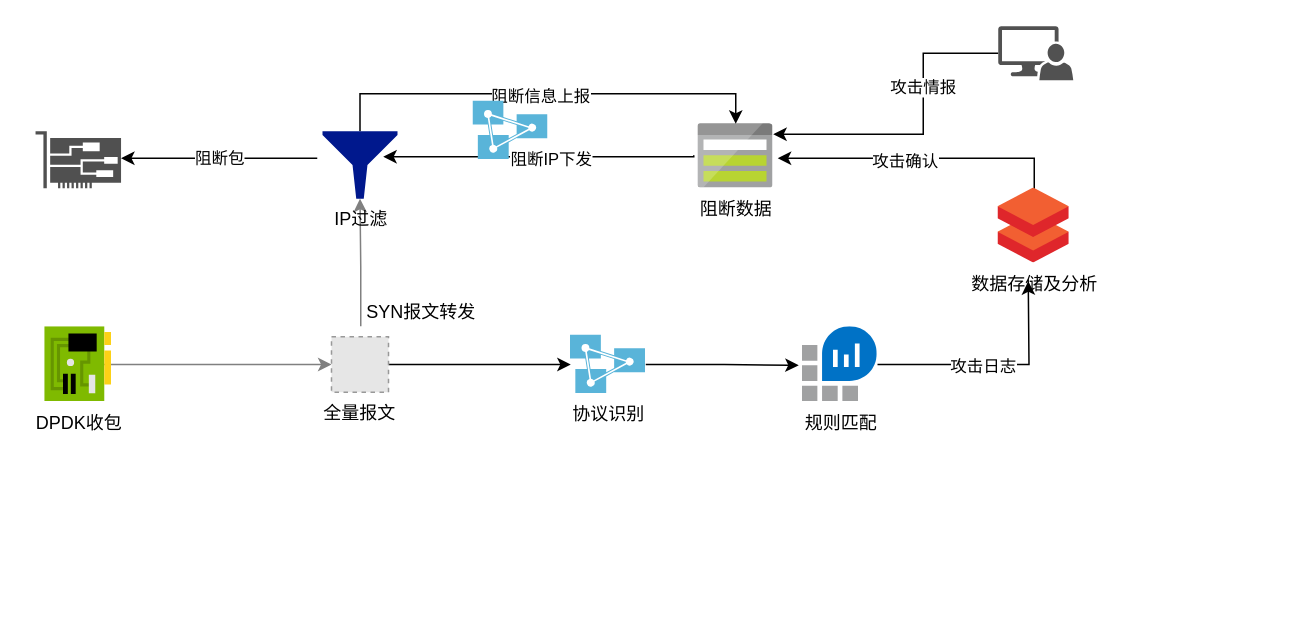
Earlier version of the draw.io diagram 边界拦截.drawio (pengyang0106/Tools). Source tidied: cells renumbered, new cells numbered last; positions are measured from the earlier drawing's top-left corner, leaving out a move shared by most shapes. Both pictures are drawn from the tidied source at 150%, with x=0, y=0 at pixel (34, 26). Pictures stored in the file or linked from it are replaced by grey dashed boxes.
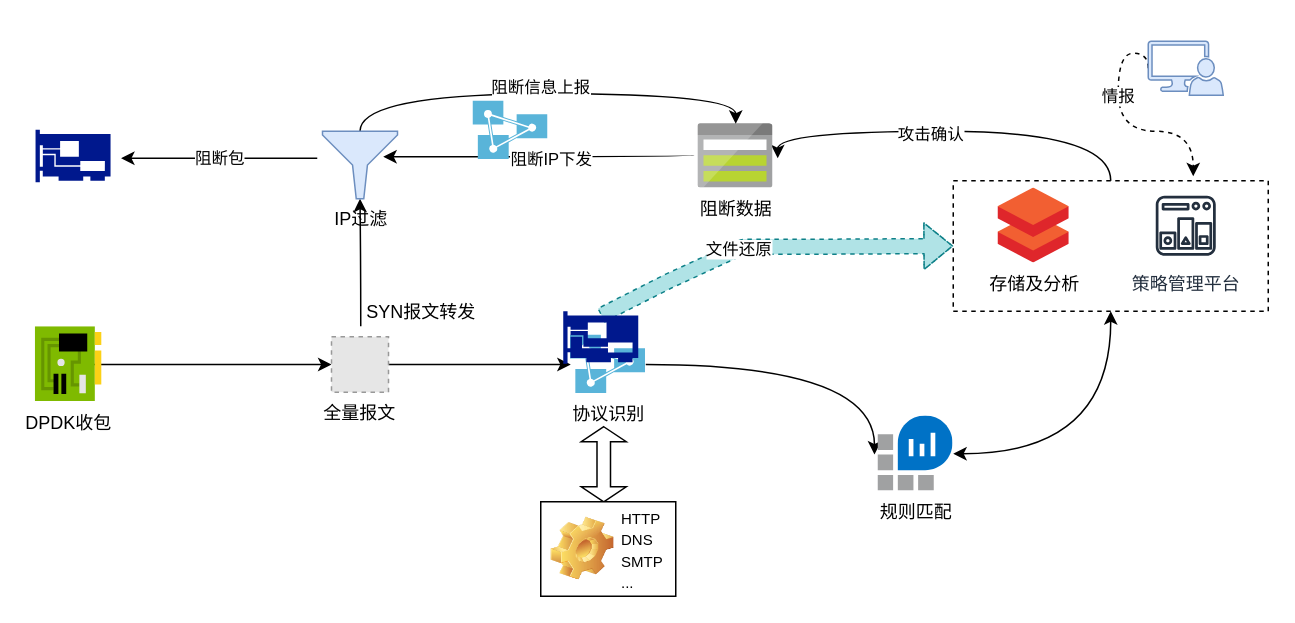
After the change.

The change refers to these unchanged cells:
```xml
<mxCell id="12" value="阻断数据" style="html=1;perimeter=none;align=center;shadow=0;dashed=0;image;fontSize=12;image=img/lib/mscae/Storage.svg;" parent="1" vertex="1">
  <mxGeometry x="442" y="65" width="50" height="43" as="geometry" />
</mxCell>
<mxCell id="21" value="协议识别" style="html=1;points=[];align=center;image;fontSize=12;image=img/lib/mscae/Analysis_Services.svg;" parent="1" vertex="1">
  <mxGeometry x="357" y="206" width="50" height="39" as="geometry" />
</mxCell>
```

What changed in the source:
```diff
@@
+    <mxCell id="29" style="rounded=0;whiteSpace=wrap;html=1;sketch=0;gradientColor=none;dashed=1;" parent="1" vertex="1">
+      <mxGeometry x="612" y="103" width="210" height="87" as="geometry" />
+    </mxCell>
-    <mxCell id="2" style="edgeStyle=orthogonalEdgeStyle;rounded=0;jettySize=auto;html=1;strokeColor=#808080;" parent="1" edge="1" source="3" target="9">
+    <mxCell id="2" style="edgeStyle=orthogonalEdgeStyle;jettySize=auto;html=1;curved=1;" parent="1" edge="1" source="3" target="9">
       <mxGeometry relative="1" as="geometry" />
     </mxCell>
-    <mxCell id="3" value="DPDK收包" style="html=1;perimeter=none;align=center;shadow=0;dashed=0;image;fontSize=12;image=img/lib/mscae/NetworkInterfaceCard.svg;" parent="1" vertex="1">
-      <mxGeometry x="6.5" y="200.5" width="44.5" height="50" as="geometry" />
+    <mxCell id="3" value="DPDK收包" style="html=1;perimeter=none;align=center;shadow=0;dashed=0;image;fontSize=12;image=img/lib/mscae/NetworkInterfaceCard.svg;labelBackgroundColor=none;" parent="1" vertex="1">
+      <mxGeometry x="0.2" y="200.5" width="44.5" height="50" as="geometry" />
     </mxCell>
-    <mxCell id="4" style="edgeStyle=orthogonalEdgeStyle;rounded=0;jettySize=auto;html=1;entryX=1.06;entryY=0.535;entryDx=0;entryDy=0;entryPerimeter=0;" parent="1" edge="1" target="12">
+    <mxCell id="4" style="edgeStyle=orthogonalEdgeStyle;jettySize=auto;html=1;entryX=1.06;entryY=0.535;entryDx=0;entryDy=0;entryPerimeter=0;curved=1;" parent="1" edge="1" source="29" target="12">
       <mxGeometry relative="1" as="geometry">
-        <mxPoint x="666" y="110" as="sourcePoint" />
         <Array as="points">
-          <mxPoint x="666" y="88" />
+          <mxPoint x="717" y="70" />
+          <mxPoint x="495" y="70" />
         </Array>
       </mxGeometry>
     </mxCell>
@@
-    <mxCell id="6" value="数据存储及分析" style="html=1;perimeter=none;align=center;shadow=0;dashed=0;image;fontSize=12;image=img/lib/mscae/Databricks.svg;" parent="1" vertex="1">
+    <mxCell id="6" value="存储及分析" style="html=1;perimeter=none;align=center;shadow=0;dashed=0;image;fontSize=12;image=img/lib/mscae/Databricks.svg;" parent="1" vertex="1">
       <mxGeometry x="642" y="108" width="47.5" height="50" as="geometry" />
     </mxCell>
-    <mxCell id="7" style="edgeStyle=elbowEdgeStyle;rounded=0;jettySize=auto;html=1;strokeColor=#808080;elbow=vertical;" parent="1" edge="1" target="18">
+    <mxCell id="7" style="edgeStyle=elbowEdgeStyle;jettySize=auto;html=1;elbow=vertical;curved=1;" parent="1" edge="1" target="18">
       <mxGeometry relative="1" as="geometry">
         <mxPoint x="217" y="200" as="sourcePoint" />
         <Array as="points">
           <mxPoint x="282" y="160" />
         </Array>
       </mxGeometry>
     </mxCell>
-    <mxCell id="8" style="edgeStyle=orthogonalEdgeStyle;rounded=0;jettySize=auto;html=1;exitX=1;exitY=0.5;exitDx=0;exitDy=0;" parent="1" edge="1" source="9" target="21">
+    <mxCell id="8" style="edgeStyle=orthogonalEdgeStyle;jettySize=auto;html=1;exitX=1;exitY=0.5;exitDx=0;exitDy=0;curved=1;" parent="1" edge="1" source="9" target="21">
       <mxGeometry relative="1" as="geometry" />
     </mxCell>
-    <mxCell id="9" value="全量报文" style="fillColor=#E6E6E6;strokeColor=#999999;dashed=1;verticalLabelPosition=bottom;labelBackgroundColor=#ffffff;verticalAlign=top;" parent="1" vertex="1">
+    <mxCell id="9" value="全量报文" style="fillColor=#E6E6E6;strokeColor=#999999;dashed=1;verticalLabelPosition=bottom;verticalAlign=top;" parent="1" vertex="1">
       <mxGeometry x="197.5" y="207" width="38" height="37" as="geometry" />
     </mxCell>
-    <mxCell id="10" style="edgeStyle=orthogonalEdgeStyle;rounded=0;jettySize=auto;html=1;entryX=0.81;entryY=0.378;entryDx=0;entryDy=0;entryPerimeter=0;exitX=-0.06;exitY=0.488;exitDx=0;exitDy=0;exitPerimeter=0;" parent="1" edge="1" source="12" target="18">
+    <mxCell id="10" style="edgeStyle=orthogonalEdgeStyle;jettySize=auto;html=1;entryX=0.81;entryY=0.378;entryDx=0;entryDy=0;entryPerimeter=0;exitX=-0.06;exitY=0.488;exitDx=0;exitDy=0;exitPerimeter=0;curved=1;" parent="1" edge="1" source="12" target="18">
       <mxGeometry relative="1" as="geometry">
         <Array as="points">
           <mxPoint x="439" y="87" />
         </Array>
       </mxGeometry>
     </mxCell>
@@
-    <mxCell id="13" value="SYN报文转发" style="text;html=1;align=center;verticalAlign=middle;fillColor=none;strokeColor=none;rounded=0;" parent="1" vertex="1">
+    <mxCell id="13" value="SYN报文转发" style="text;html=1;align=center;verticalAlign=middle;fillColor=none;strokeColor=none;" parent="1" vertex="1">
       <mxGeometry x="212" y="180.5" width="90" height="20" as="geometry" />
     </mxCell>
-    <mxCell id="14" style="edgeStyle=orthogonalEdgeStyle;rounded=0;jettySize=auto;html=1;exitX=-0.07;exitY=0.4;exitDx=0;exitDy=0;exitPerimeter=0;" parent="1" edge="1" source="18" target="19">
+    <mxCell id="14" style="edgeStyle=orthogonalEdgeStyle;jettySize=auto;html=1;exitX=-0.07;exitY=0.4;exitDx=0;exitDy=0;exitPerimeter=0;curved=1;" parent="1" edge="1" source="18" target="19">
       <mxGeometry relative="1" as="geometry">
         <Array as="points">
           <mxPoint x="122" y="88" />
           <mxPoint x="122" y="88" />
         </Array>
       </mxGeometry>
     </mxCell>
@@
-    <mxCell id="16" style="edgeStyle=orthogonalEdgeStyle;rounded=0;jettySize=auto;html=1;exitX=0.5;exitY=0;exitDx=0;exitDy=0;exitPerimeter=0;entryX=0.5;entryY=0;entryDx=0;entryDy=0;entryPerimeter=0;" parent="1" edge="1" source="18" target="12">
+    <mxCell id="16" style="edgeStyle=orthogonalEdgeStyle;jettySize=auto;html=1;exitX=0.5;exitY=0;exitDx=0;exitDy=0;exitPerimeter=0;entryX=0.5;entryY=0;entryDx=0;entryDy=0;entryPerimeter=0;curved=1;" parent="1" edge="1" source="18" target="12">
       <mxGeometry relative="1" as="geometry" />
     </mxCell>
     <mxCell id="17" value="阻断信息上报" style="edgeLabel;html=1;align=center;verticalAlign=middle;" parent="16" vertex="1">
-      <mxGeometry x="-0.02" y="-1" relative="1" as="geometry" />
+      <mxGeometry x="-0.02" y="-1" relative="1" as="geometry">
+        <mxPoint y="-6" as="offset" />
+      </mxGeometry>
     </mxCell>
-    <mxCell id="18" value="IP过滤" style="shadow=0;dashed=0;html=1;strokeColor=none;labelPosition=center;verticalLabelPosition=bottom;verticalAlign=top;align=center;fillColor=#00188D;shape=mxgraph.mscae.enterprise.filter;" parent="1" vertex="1">
+    <mxCell id="18" value="IP过滤" style="shadow=0;dashed=0;html=1;strokeColor=#6c8ebf;labelPosition=center;verticalLabelPosition=bottom;verticalAlign=top;align=center;shape=mxgraph.mscae.enterprise.filter;fillColor=#dae8fc;" parent="1" vertex="1">
       <mxGeometry x="191.5" y="70" width="50" height="45" as="geometry" />
     </mxCell>
-    <mxCell id="19" style="shadow=0;dashed=0;html=1;strokeColor=none;fillColor=#505050;labelPosition=center;verticalLabelPosition=bottom;verticalAlign=top;outlineConnect=0;align=center;shape=mxgraph.office.devices.nic;" parent="1" vertex="1">
+    <mxCell id="19" style="shadow=0;dashed=0;html=1;strokeColor=none;labelPosition=center;verticalLabelPosition=bottom;verticalAlign=top;align=center;fillColor=#ffffff;shape=mxgraph.mscae.enterprise.network_card;fontFamily=Helvetica;fontSize=12;fontColor=#000000;" parent="1" vertex="1">
       <mxGeometry x="0.2" y="70" width="57" height="38" as="geometry" />
     </mxCell>
-    <mxCell id="20" style="edgeStyle=orthogonalEdgeStyle;rounded=0;jettySize=auto;html=1;entryX=-0.05;entryY=0.51;entryDx=0;entryDy=0;entryPerimeter=0;" parent="1" edge="1" source="21" target="24">
+    <mxCell id="20" style="edgeStyle=orthogonalEdgeStyle;jettySize=auto;html=1;entryX=-0.05;entryY=0.51;entryDx=0;entryDy=0;entryPerimeter=0;curved=1;" parent="1" edge="1" source="21" target="24">
       <mxGeometry relative="1" as="geometry" />
     </mxCell>
@@
-    <mxCell id="22" style="edgeStyle=orthogonalEdgeStyle;rounded=0;jettySize=auto;html=1;" parent="1" edge="1" source="24">
-      <mxGeometry relative="1" as="geometry">
-        <mxPoint x="662" y="170" as="targetPoint" />
-      </mxGeometry>
-    </mxCell>
-    <mxCell id="23" value="攻击日志" style="edgeLabel;html=1;align=center;verticalAlign=middle;" parent="22" vertex="1">
-      <mxGeometry x="-0.12" relative="1" as="geometry">
-        <mxPoint x="1" y="1" as="offset" />
-      </mxGeometry>
-    </mxCell>
     <mxCell id="24" value="规则匹配" style="html=1;points=[];align=center;image;fontSize=12;image=img/lib/mscae/Log_Analytics_Workspaces.svg;" parent="1" vertex="1">
-      <mxGeometry x="511.5" y="200.5" width="50" height="50" as="geometry" />
+      <mxGeometry x="562" y="260" width="50" height="50" as="geometry" />
     </mxCell>
-    <mxCell id="25" style="edgeStyle=orthogonalEdgeStyle;rounded=0;jettySize=auto;html=1;exitX=0;exitY=0.5;exitDx=0;exitDy=0;exitPerimeter=0;" parent="1" edge="1" source="27">
+    <mxCell id="25" style="edgeStyle=orthogonalEdgeStyle;jettySize=auto;html=1;exitX=0;exitY=0.5;exitDx=0;exitDy=0;exitPerimeter=0;curved=1;dashed=1;" parent="1" edge="1" source="27">
       <mxGeometry relative="1" as="geometry">
-        <mxPoint x="492" y="72" as="targetPoint" />
+        <mxPoint x="772" y="100" as="targetPoint" />
         <Array as="points">
-          <mxPoint x="592" y="18" />
-          <mxPoint x="592" y="72" />
+          <mxPoint x="742" y="18" />
+          <mxPoint x="722" y="18" />
+          <mxPoint x="722" y="70" />
+          <mxPoint x="772" y="70" />
         </Array>
       </mxGeometry>
     </mxCell>
-    <mxCell id="26" value="攻击情报" style="edgeLabel;html=1;align=center;verticalAlign=middle;" parent="25" vertex="1">
+    <mxCell id="26" value="情报" style="edgeLabel;html=1;align=center;verticalAlign=middle;" parent="25" vertex="1">
       <mxGeometry x="-0.29" y="-1" relative="1" as="geometry" />
     </mxCell>
-    <mxCell id="27" style="shadow=0;dashed=0;html=1;strokeColor=none;labelPosition=center;verticalLabelPosition=bottom;verticalAlign=top;align=center;fillColor=#515151;shape=mxgraph.mscae.system_center.admin_console;" parent="1" vertex="1">
-      <mxGeometry x="642" width="50" height="36" as="geometry" />
+    <mxCell id="27" style="shadow=0;dashed=0;html=1;strokeColor=#6c8ebf;labelPosition=center;verticalLabelPosition=bottom;verticalAlign=top;align=center;shape=mxgraph.mscae.system_center.admin_console;fillColor=#dae8fc;" parent="1" vertex="1">
+      <mxGeometry x="742" y="10" width="50" height="36" as="geometry" />
     </mxCell>
@@
+    <mxCell id="30" style="edgeStyle=none;shape=flexArrow;curved=1;sketch=0;jettySize=auto;html=1;exitX=0.5;exitY=0.08;exitDx=0;exitDy=0;exitPerimeter=0;entryX=0;entryY=0.5;entryDx=0;entryDy=0;dashed=1;startArrow=none;startFill=0;fillColor=#b0e3e6;strokeColor=#0e8088;" parent="1" edge="1" source="32" target="29">
+      <mxGeometry relative="1" as="geometry">
+        <Array as="points">
+          <mxPoint x="422" y="170" />
+          <mxPoint x="472" y="147" />
+          <mxPoint x="522" y="147" />
+        </Array>
+      </mxGeometry>
+    </mxCell>
+    <mxCell id="31" value="文件还原" style="edgeLabel;html=1;align=center;verticalAlign=middle;" parent="30" vertex="1">
+      <mxGeometry x="-0.17" relative="1" as="geometry" />
+    </mxCell>
+    <mxCell id="32" style="shadow=0;dashed=0;html=1;strokeColor=none;labelPosition=center;verticalLabelPosition=bottom;verticalAlign=top;align=center;fillColor=#00188D;shape=mxgraph.mscae.enterprise.network_card;rounded=0;sketch=0;" parent="1" vertex="1">
+      <mxGeometry x="352" y="190" width="50" height="35" as="geometry" />
+    </mxCell>
+    <mxCell id="33" style="shadow=0;dashed=0;html=1;strokeColor=none;labelPosition=center;verticalLabelPosition=bottom;verticalAlign=top;align=center;fillColor=#00188D;shape=mxgraph.mscae.enterprise.network_card;rounded=0;sketch=0;fontColor=#FF3333;" parent="1" vertex="1">
+      <mxGeometry x="0.2" y="69" width="50" height="35" as="geometry" />
+    </mxCell>
+    <mxCell id="34" style="shape=doubleArrow;whiteSpace=wrap;html=1;rounded=0;sketch=0;direction=south;" parent="1" vertex="1">
+      <mxGeometry x="364" y="267" width="30" height="50" as="geometry" />
+    </mxCell>
+    <mxCell id="35" value="策略管理平台" style="fontColor=#232F3E;gradientColor=none;strokeColor=#232F3E;fillColor=#ffffff;dashed=0;verticalLabelPosition=bottom;verticalAlign=top;align=center;html=1;fontSize=12;fontStyle=0;shape=mxgraph.aws4.resourceIcon;resIcon=mxgraph.aws4.state_manager;rounded=0;sketch=0;" parent="1" vertex="1">
+      <mxGeometry x="742" y="108" width="50" height="50" as="geometry" />
+    </mxCell>
+    <mxCell id="36" style="edgeStyle=elbowEdgeStyle;elbow=vertical;endArrow=classic;html=1;exitX=0.5;exitY=1;exitDx=0;exitDy=0;curved=1;startArrow=classic;startFill=1;" parent="1" edge="1" source="29">
+      <mxGeometry relative="1" as="geometry">
+        <mxPoint x="612" y="285" as="targetPoint" />
+        <Array as="points">
+          <mxPoint x="682" y="285" />
+          <mxPoint x="682" y="290" />
+          <mxPoint x="702" y="285" />
+          <mxPoint x="772" y="290" />
+          <mxPoint x="692" y="233" />
+        </Array>
+      </mxGeometry>
+    </mxCell>
+    <mxCell id="37" value="&lt;span style=&quot;font-size: 10px ; font-weight: 400 ; text-align: center&quot;&gt;HTTP&lt;/span&gt;&lt;br style=&quot;font-size: 10px ; font-weight: 400 ; text-align: center&quot;&gt;&lt;span style=&quot;font-size: 10px ; font-weight: 400 ; text-align: center&quot;&gt;DNS&lt;/span&gt;&lt;br style=&quot;font-size: 10px ; font-weight: 400 ; text-align: center&quot;&gt;&lt;span style=&quot;font-size: 10px ; font-weight: 400 ; text-align: center&quot;&gt;SMTP&lt;br&gt;...&lt;br&gt;&lt;/span&gt;" style="label;whiteSpace=wrap;html=1;image=img/clipart/Gear_128x128.png;rounded=0;sketch=0;gradientColor=none;" parent="1" vertex="1">
+      <mxGeometry x="337" y="317" width="90" height="63" as="geometry" />
+    </mxCell>
```
